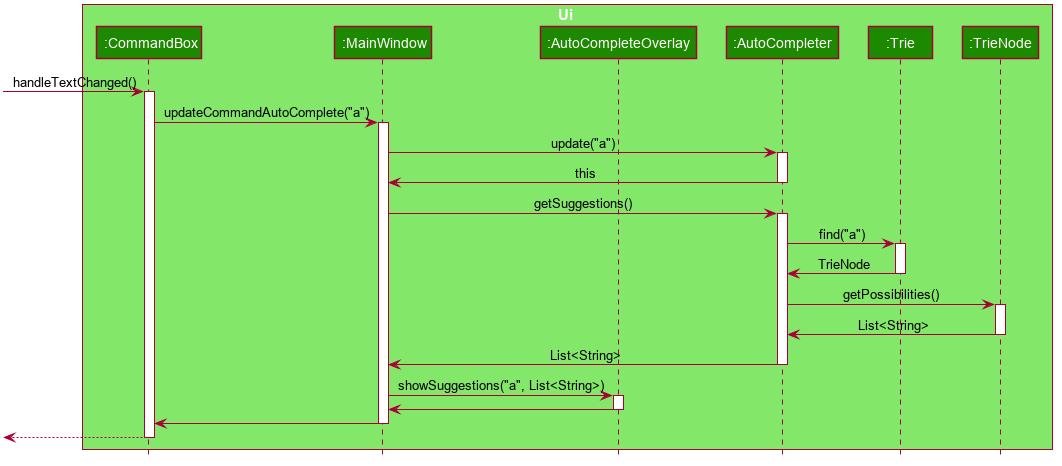
Above: docs/images/AutoCompleteSequenceDiagram.png in nus-cs2103-AY1920S1/addressbook-level3 (PlantUML), before the change.
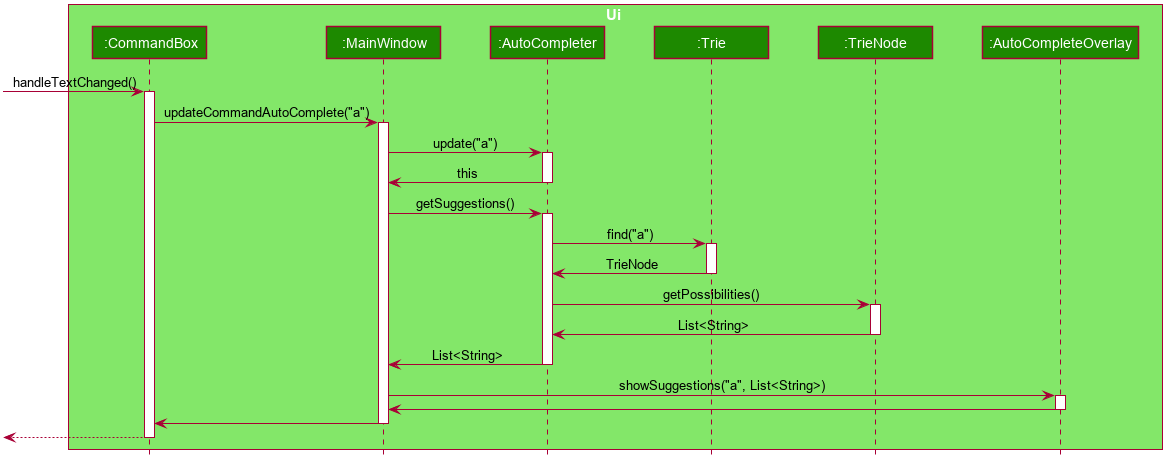
After the change.

Diff of the diagram source:
```diff
@@ -38,8 +38,8 @@
     Padding 20
 }
 
-skinparam MinClassWidth 50
-skinparam ParticipantPadding 10
+skinparam MinClassWidth 100
+skinparam ParticipantPadding 20
 skinparam Shadowing false
 skinparam DefaultTextAlignment center
 skinparam packageStyle Rectangle
@@ -51,10 +51,10 @@
 box Ui #83E769
 participant ":CommandBox" as CommandBox #1D8900
 participant ":MainWindow" as MainWindow #1D8900
-participant ":AutoCompleteOverlay" as AutoCompleteOverlay #1D8900
 participant ":AutoCompleter" as AutoCompleter #1D8900
 participant ":Trie" as Trie #1D8900
 participant ":TrieNode" as TrieNode #1D8900
+participant ":AutoCompleteOverlay" as AutoCompleteOverlay #1D8900
 end box
 
 [-> CommandBox : handleTextChanged()
```
